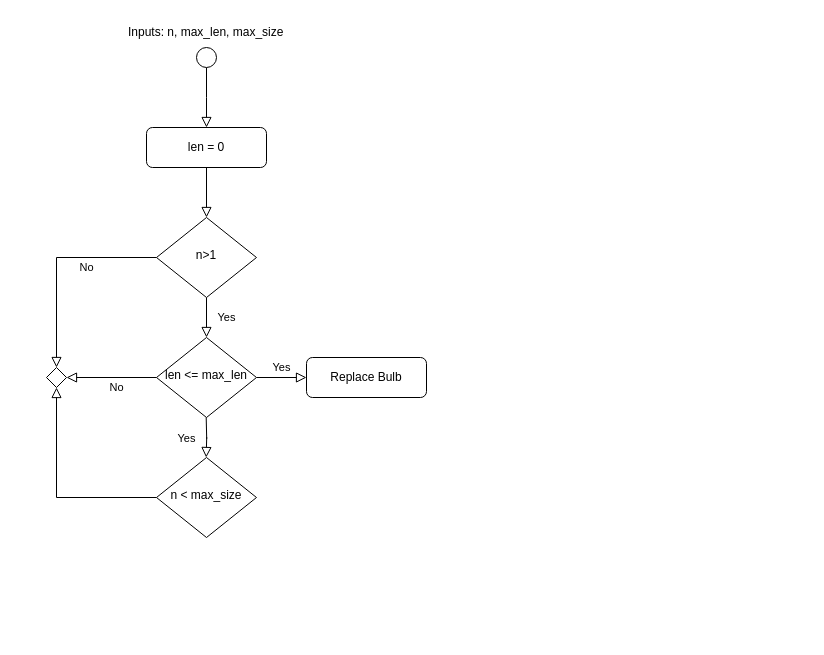
RasmusKB/Flowcharts keeps this draw.io diagram as Untitled Diagram.drawio. Above is the earlier version. Source tidied: cells renumbered, new cells numbered last; positions are measured from the earlier drawing's top-left corner, leaving out a move shared by most shapes. Both pictures are drawn from the tidied source at 100%, with x=0, y=0 at pixel (46, 17).
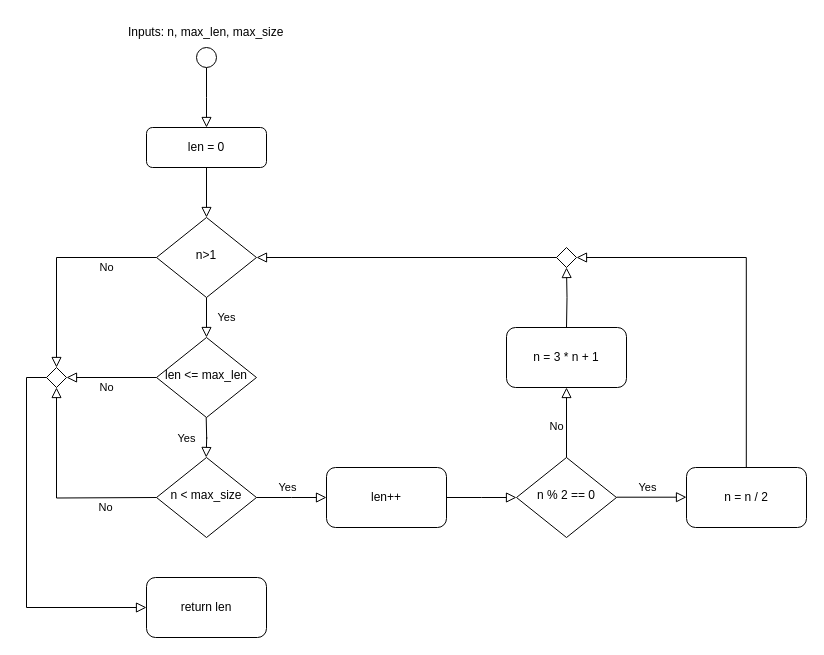
Above is the later version.

Unchanged cells that the change refers to:
```xml
<mxCell id="6" value="n&amp;gt;1" style="rhombus;whiteSpace=wrap;html=1;shadow=0;fontFamily=Helvetica;fontSize=12;align=center;strokeWidth=1;spacing=6;spacingTop=-4;" parent="1" vertex="1">
  <mxGeometry x="110" y="200" width="100" height="80" as="geometry" />
</mxCell>
<mxCell id="9" value="len &amp;lt;= max_len" style="rhombus;whiteSpace=wrap;html=1;shadow=0;fontFamily=Helvetica;fontSize=12;align=center;strokeWidth=1;spacing=6;spacingTop=-4;" parent="1" vertex="1">
  <mxGeometry x="110" y="320" width="100" height="80" as="geometry" />
</mxCell>
<mxCell id="14" style="rhombus;whiteSpace=wrap;html=1;" parent="1" vertex="1">
  <mxGeometry y="350" width="20" height="20" as="geometry" />
</mxCell>
<mxCell id="16" value="n &amp;lt; max_size" style="rhombus;whiteSpace=wrap;html=1;shadow=0;fontFamily=Helvetica;fontSize=12;align=center;strokeWidth=1;spacing=6;spacingTop=-4;" parent="1" vertex="1">
  <mxGeometry x="110" y="440" width="100" height="80" as="geometry" />
</mxCell>
```

The edit, as a diff of the source:
```diff
@@
     <mxCell id="5" value="No" style="edgeStyle=orthogonalEdgeStyle;rounded=0;html=1;jettySize=auto;fontSize=11;endArrow=block;endFill=0;endSize=8;strokeWidth=1;shadow=0;labelBackgroundColor=none;entryX=0.5;entryY=0;entryDx=0;entryDy=0;" parent="1" edge="1" source="6" target="14">
-      <mxGeometry x="-0.33" y="10" relative="1" as="geometry" />
+      <mxGeometry x="-0.52" y="10" relative="1" as="geometry" />
     </mxCell>
@@
     <mxCell id="7" value="No" style="rounded=0;html=1;jettySize=auto;fontSize=11;endArrow=block;endFill=0;endSize=8;strokeWidth=1;shadow=0;labelBackgroundColor=none;edgeStyle=orthogonalEdgeStyle;entryX=1;entryY=0.5;entryDx=0;entryDy=0;" parent="1" edge="1" source="9" target="14">
-      <mxGeometry x="-0.11" y="10" relative="1" as="geometry" />
+      <mxGeometry x="0.11" y="10" relative="1" as="geometry" />
     </mxCell>
-    <mxCell id="8" value="Yes" style="edgeStyle=orthogonalEdgeStyle;rounded=0;html=1;jettySize=auto;fontSize=11;endArrow=block;endFill=0;endSize=8;strokeWidth=1;shadow=0;labelBackgroundColor=none;" parent="1" edge="1" source="9" target="10">
-      <mxGeometry y="10" relative="1" as="geometry" />
-    </mxCell>
@@
-    <mxCell id="10" value="Replace Bulb" style="rounded=1;whiteSpace=wrap;html=1;fontSize=12;glass=0;strokeWidth=1;shadow=0;" parent="1" vertex="1">
-      <mxGeometry x="260" y="340" width="120" height="40" as="geometry" />
-    </mxCell>
@@
+    <mxCell id="18" style="edgeStyle=orthogonalEdgeStyle;rounded=0;jettySize=auto;html=1;exitX=0;exitY=0.5;exitDx=0;exitDy=0;endSize=8;endArrow=block;endFill=0;" parent="1" edge="1" source="14" target="19">
+      <mxGeometry relative="1" as="geometry">
+        <Array as="points">
+          <mxPoint x="-20" y="360" />
+          <mxPoint x="-20" y="590" />
+        </Array>
+      </mxGeometry>
+    </mxCell>
@@
-    <mxCell id="15" style="edgeStyle=orthogonalEdgeStyle;rounded=0;jettySize=auto;html=1;entryX=0.5;entryY=1;entryDx=0;entryDy=0;endArrow=block;endFill=0;endSize=8;" parent="1" edge="1" source="16" target="14">
-      <mxGeometry relative="1" as="geometry">
-        <Array as="points">
-          <mxPoint x="10" y="480" />
-        </Array>
-      </mxGeometry>
-    </mxCell>
@@
+    <mxCell id="19" value="return len" style="rounded=1;whiteSpace=wrap;html=1;" parent="1" vertex="1">
+      <mxGeometry x="100" y="560" width="120" height="60" as="geometry" />
+    </mxCell>
+    <mxCell id="20" value="No" style="edgeStyle=orthogonalEdgeStyle;rounded=0;html=1;jettySize=auto;fontSize=11;endArrow=block;endFill=0;endSize=8;strokeWidth=1;shadow=0;labelBackgroundColor=none;entryX=0.5;entryY=1;entryDx=0;entryDy=0;" parent="1" edge="1" target="14">
+      <mxGeometry x="-0.52" y="10" relative="1" as="geometry">
+        <mxPoint x="110" y="480" as="sourcePoint" />
+      </mxGeometry>
+    </mxCell>
+    <mxCell id="21" value="Yes" style="rounded=0;html=1;jettySize=auto;fontSize=11;endArrow=block;endFill=0;endSize=8;strokeWidth=1;shadow=0;labelBackgroundColor=none;edgeStyle=orthogonalEdgeStyle;exitX=1;exitY=0.5;exitDx=0;exitDy=0;" parent="1" edge="1" source="16">
+      <mxGeometry x="-0.11" y="10" relative="1" as="geometry">
+        <mxPoint x="280" y="480" as="targetPoint" />
+      </mxGeometry>
+    </mxCell>
+    <mxCell id="22" value="len++" style="rounded=1;whiteSpace=wrap;html=1;" parent="1" vertex="1">
+      <mxGeometry x="280" y="450" width="120" height="60" as="geometry" />
+    </mxCell>
+    <mxCell id="23" style="rounded=0;html=1;jettySize=auto;fontSize=11;endArrow=block;endFill=0;endSize=8;strokeWidth=1;shadow=0;labelBackgroundColor=none;edgeStyle=orthogonalEdgeStyle;exitX=1;exitY=0.5;exitDx=0;exitDy=0;" parent="1" edge="1" source="22">
+      <mxGeometry relative="1" as="geometry">
+        <mxPoint x="470" y="480" as="targetPoint" />
+      </mxGeometry>
+    </mxCell>
+    <mxCell id="24" value="n % 2 == 0" style="rhombus;whiteSpace=wrap;html=1;shadow=0;fontFamily=Helvetica;fontSize=12;align=center;strokeWidth=1;spacing=6;spacingTop=-4;" parent="1" vertex="1">
+      <mxGeometry x="470" y="440" width="100" height="80" as="geometry" />
+    </mxCell>
+    <mxCell id="25" value="Yes" style="rounded=0;html=1;jettySize=auto;orthogonalLoop=1;fontSize=11;endArrow=block;endFill=0;endSize=8;strokeWidth=1;shadow=0;labelBackgroundColor=none;edgeStyle=orthogonalEdgeStyle;exitX=1;exitY=0.5;exitDx=0;exitDy=0;" parent="1" edge="1">
+      <mxGeometry x="-0.11" y="10" relative="1" as="geometry">
+        <mxPoint x="570" y="479.7" as="sourcePoint" />
+        <mxPoint x="640" y="479.7" as="targetPoint" />
+      </mxGeometry>
+    </mxCell>
+    <mxCell id="26" value="n = n / 2" style="rounded=1;whiteSpace=wrap;html=1;" parent="1" vertex="1">
+      <mxGeometry x="640" y="450" width="120" height="60" as="geometry" />
+    </mxCell>
+    <mxCell id="27" value="No" style="rounded=0;html=1;jettySize=auto;orthogonalLoop=1;fontSize=11;endArrow=block;endFill=0;endSize=8;strokeWidth=1;shadow=0;labelBackgroundColor=none;edgeStyle=orthogonalEdgeStyle;exitX=1;exitY=0.5;exitDx=0;exitDy=0;" parent="1" edge="1">
+      <mxGeometry x="-0.11" y="10" relative="1" as="geometry">
+        <mxPoint x="520" y="440" as="sourcePoint" />
+        <mxPoint x="520" y="370" as="targetPoint" />
+      </mxGeometry>
+    </mxCell>
+    <mxCell id="28" value="n = 3 * n + 1" style="rounded=1;whiteSpace=wrap;html=1;" parent="1" vertex="1">
+      <mxGeometry x="460" y="310" width="120" height="60" as="geometry" />
+    </mxCell>
+    <mxCell id="29" style="rounded=0;html=1;jettySize=auto;fontSize=11;endArrow=block;endFill=0;endSize=8;strokeWidth=1;shadow=0;labelBackgroundColor=none;edgeStyle=orthogonalEdgeStyle;exitX=1;exitY=0.5;exitDx=0;exitDy=0;entryX=1;entryY=0.5;entryDx=0;entryDy=0;" parent="1" edge="1" target="30">
+      <mxGeometry relative="1" as="geometry">
+        <mxPoint x="699.8" y="450" as="sourcePoint" />
+        <Array as="points">
+          <mxPoint x="700" y="240" />
+        </Array>
+      </mxGeometry>
+    </mxCell>
+    <mxCell id="30" style="rhombus;whiteSpace=wrap;html=1;" parent="1" vertex="1">
+      <mxGeometry x="510" y="230" width="20" height="20" as="geometry" />
+    </mxCell>
+    <mxCell id="31" style="rounded=0;html=1;jettySize=auto;fontSize=11;endArrow=block;endFill=0;endSize=8;strokeWidth=1;shadow=0;labelBackgroundColor=none;edgeStyle=orthogonalEdgeStyle;exitX=1;exitY=0.5;exitDx=0;exitDy=0;entryX=0.5;entryY=1;entryDx=0;entryDy=0;" parent="1" edge="1" target="30">
+      <mxGeometry relative="1" as="geometry">
+        <mxPoint x="520" y="310" as="sourcePoint" />
+      </mxGeometry>
+    </mxCell>
+    <mxCell id="32" style="rounded=0;html=1;jettySize=auto;orthogonalLoop=1;fontSize=11;endArrow=block;endFill=0;endSize=8;strokeWidth=1;shadow=0;labelBackgroundColor=none;edgeStyle=orthogonalEdgeStyle;" parent="1" edge="1">
+      <mxGeometry relative="1" as="geometry">
+        <mxPoint x="510" y="240" as="sourcePoint" />
+        <mxPoint x="210" y="240" as="targetPoint" />
+        <Array as="points">
+          <mxPoint x="510" y="240" />
+        </Array>
+      </mxGeometry>
+    </mxCell>
```
